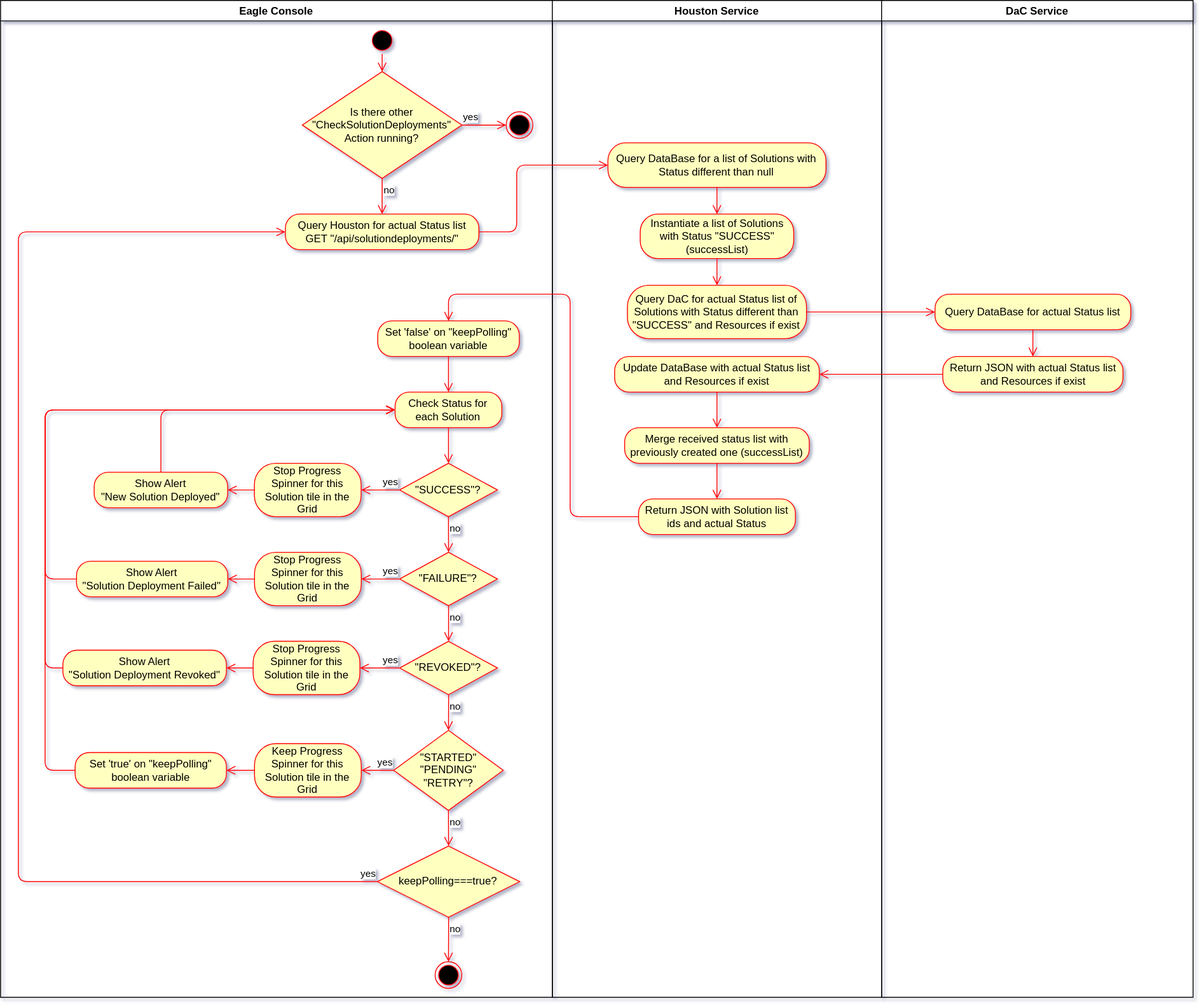
The draw.io diagram docs/solution_deployment-Check Deployments.svg in tranquilitybase-io/tb-houston-service, before a commit. Source tidied: cells renumbered, new cells last; positions are measured from the earlier drawing's top-left corner, leaving out a move shared by most shapes.
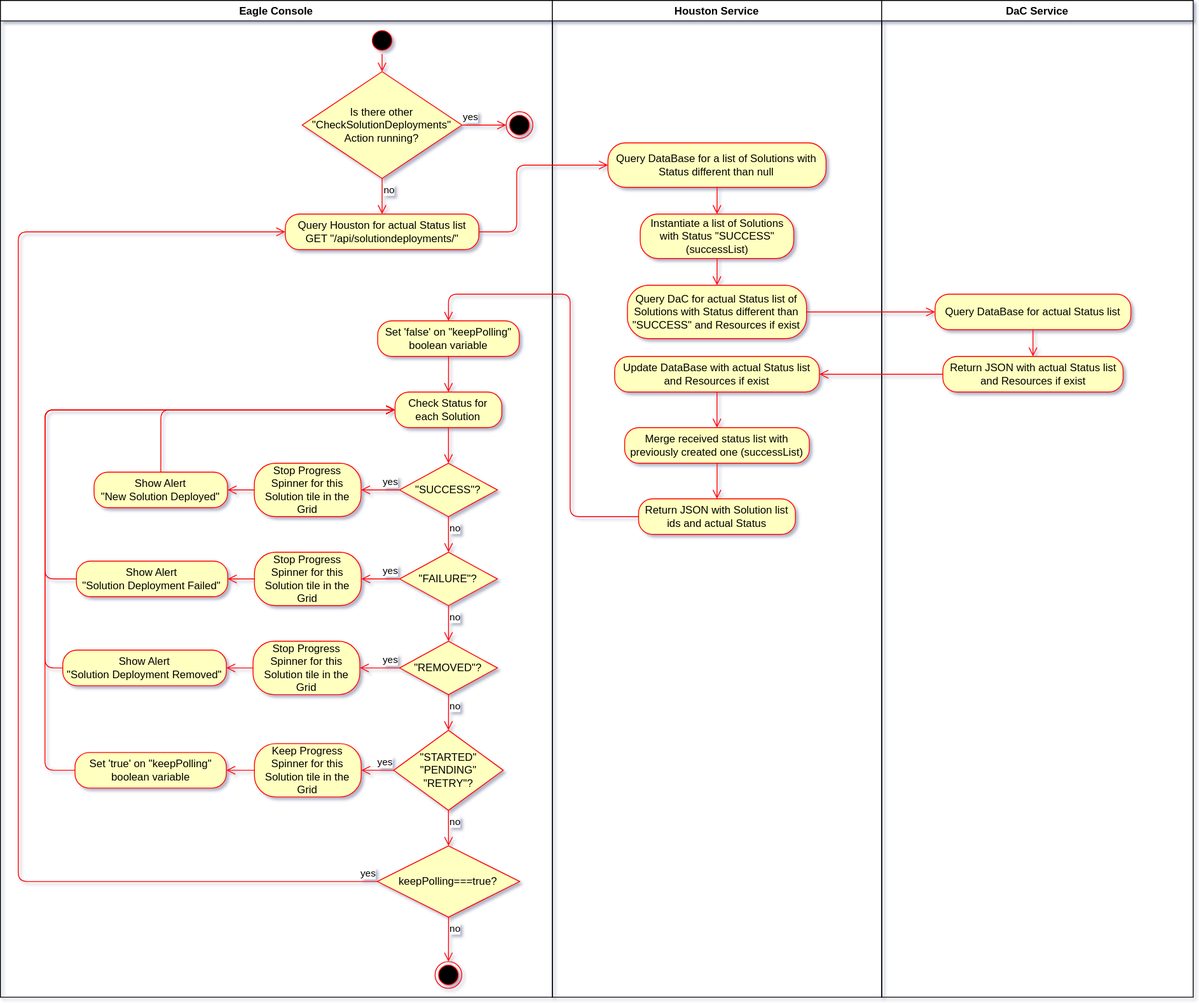
After the commit.

What changed in the source:
```diff
@@ -111,7 +111,7 @@
     <mxCell id="34" style="edgeStyle=orthogonalEdgeStyle;html=1;verticalAlign=bottom;endArrow=open;endSize=8;strokeColor=#ff0000;fontColor=none;entryX=0.5;entryY=0;entryDx=0;entryDy=0;" parent="2" edge="1" source="33" target="10">
       <mxGeometry relative="1" as="geometry" />
     </mxCell>
-    <mxCell id="35" value="&quot;REVOKED&quot;?" style="rhombus;whiteSpace=wrap;html=1;fillColor=#ffffc0;strokeColor=#ff0000;fontColor=none;" parent="2" vertex="1">
+    <mxCell id="35" value="&quot;REMOVED&quot;?" style="rhombus;whiteSpace=wrap;html=1;fillColor=#ffffc0;strokeColor=#ff0000;fontColor=none;" parent="2" vertex="1">
       <mxGeometry x="448.5" y="720" width="109.8" height="60" as="geometry" />
     </mxCell>
     <mxCell id="36" value="no" style="edgeStyle=orthogonalEdgeStyle;html=1;align=left;verticalAlign=top;endArrow=open;endSize=8;strokeColor=#ff0000;fontColor=none;labelPosition=right;verticalLabelPosition=bottom;entryX=0.5;entryY=0;entryDx=0;entryDy=0;" parent="2" edge="1" source="35" target="26">
@@ -126,7 +126,7 @@
     <mxCell id="39" value="Stop Progress Spinner for this Solution tile in the Grid" style="rounded=1;whiteSpace=wrap;html=1;arcSize=40;fontColor=#000000;fillColor=#ffffc0;strokeColor=#ff0000;" parent="2" vertex="1">
       <mxGeometry x="283.8" y="720" width="120" height="60" as="geometry" />
     </mxCell>
-    <mxCell id="40" value="Show Alert&lt;br&gt;&quot;Solution Deployment Revoked&quot;" style="rounded=1;whiteSpace=wrap;html=1;arcSize=40;fontColor=#000000;fillColor=#ffffc0;strokeColor=#ff0000;" parent="2" vertex="1">
+    <mxCell id="40" value="Show Alert&lt;br&gt;&quot;Solution Deployment Removed&quot;" style="rounded=1;whiteSpace=wrap;html=1;arcSize=40;fontColor=#000000;fillColor=#ffffc0;strokeColor=#ff0000;" parent="2" vertex="1">
       <mxGeometry x="70" y="730" width="183.8" height="40" as="geometry" />
     </mxCell>
     <mxCell id="41" style="edgeStyle=orthogonalEdgeStyle;html=1;verticalAlign=bottom;endArrow=open;endSize=8;strokeColor=#ff0000;fontColor=none;exitX=0;exitY=0.5;exitDx=0;exitDy=0;entryX=0;entryY=0.5;entryDx=0;entryDy=0;" parent="2" edge="1" source="40" target="10">
```
